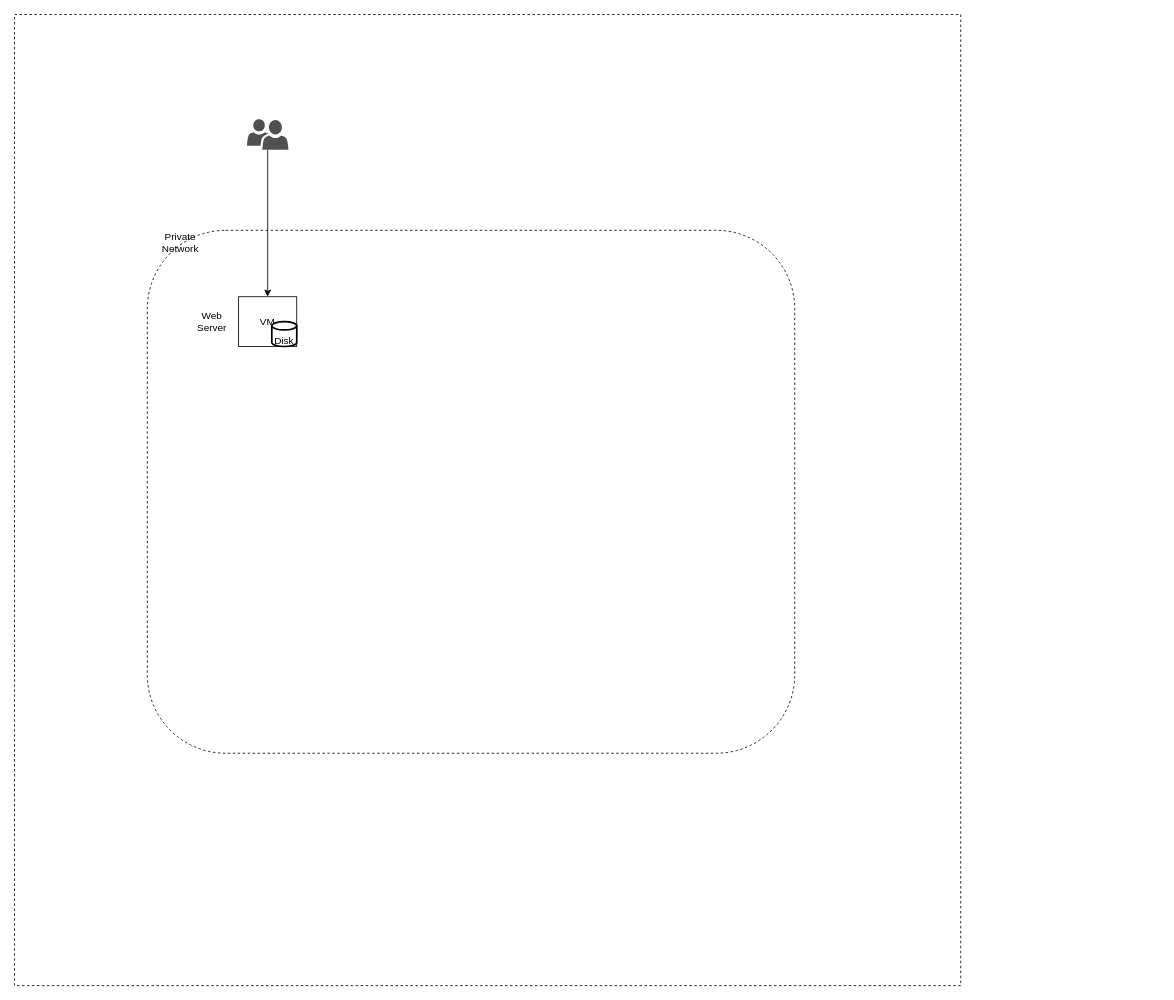
GuilinDev/Notes keeps this draw.io diagram as drawio/AWSIntro.drawio. Above is the earlier version. Source tidied: cells renumbered, new cells numbered last; positions are measured from the earlier drawing's top-left corner, leaving out a move shared by most shapes. Both pictures are drawn from the tidied source at 83%, with x=0, y=0 at pixel (14, 14).
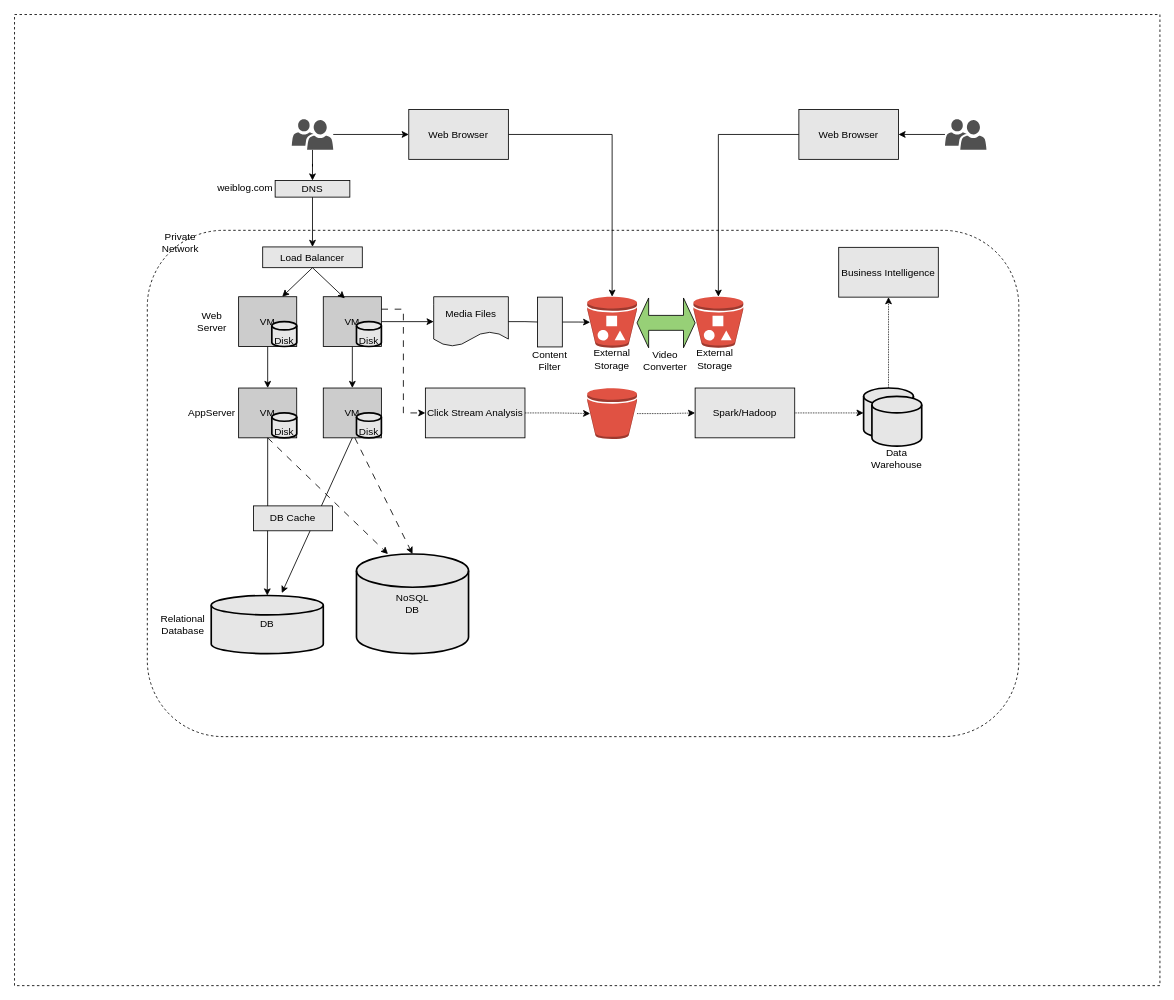
The same page after the edit.

Change to the diagram source:
```diff
@@
     <mxCell id="2" style="rounded=0;whiteSpace=wrap;html=1;dashed=1;" parent="1" vertex="1">
-      <mxGeometry width="1140" height="1170" as="geometry" />
+      <mxGeometry width="1380" height="1170" as="geometry" />
     </mxCell>
     <mxCell id="3" style="rounded=1;whiteSpace=wrap;html=1;dashed=1;" parent="1" vertex="1">
-      <mxGeometry x="160" y="260" width="780" height="630" as="geometry" />
+      <mxGeometry x="160" y="260" width="1050" height="610" as="geometry" />
     </mxCell>
@@
+    <mxCell id="10" style="edgeStyle=orthogonalEdgeStyle;rounded=0;jettySize=auto;html=1;entryX=0.5;entryY=0;entryDx=0;entryDy=0;" parent="1" edge="1" source="5" target="14">
+      <mxGeometry relative="1" as="geometry" />
+    </mxCell>
-    <mxCell id="5" value="VM" style="rounded=0;whiteSpace=wrap;html=1;" parent="1" vertex="1">
+    <mxCell id="5" value="VM" style="rounded=0;whiteSpace=wrap;html=1;fillColor=#CCCCCC;" parent="1" vertex="1">
       <mxGeometry x="270" y="340" width="70" height="60" as="geometry" />
     </mxCell>
@@
-    <mxCell id="7" value="&lt;br&gt;Disk" style="strokeWidth=2;html=1;shape=mxgraph.flowchart.database;whiteSpace=wrap;" parent="1" vertex="1">
+    <mxCell id="7" value="&lt;br&gt;Disk" style="strokeWidth=2;html=1;shape=mxgraph.flowchart.database;whiteSpace=wrap;fillColor=#E6E6E6;" parent="1" vertex="1">
       <mxGeometry x="310" y="370" width="30" height="30" as="geometry" />
     </mxCell>
-    <mxCell id="8" style="edgeStyle=orthogonalEdgeStyle;rounded=0;jettySize=auto;html=1;" parent="1" edge="1" source="9" target="5">
-      <mxGeometry relative="1" as="geometry" />
-    </mxCell>
+    <mxCell id="11" style="edgeStyle=orthogonalEdgeStyle;rounded=0;jettySize=auto;html=1;entryX=0.5;entryY=0;entryDx=0;entryDy=0;" parent="1" edge="1" source="9" target="31">
+      <mxGeometry relative="1" as="geometry" />
+    </mxCell>
+    <mxCell id="12" style="edgeStyle=orthogonalEdgeStyle;rounded=0;jettySize=auto;html=1;" parent="1" edge="1" source="9" target="56">
+      <mxGeometry relative="1" as="geometry" />
+    </mxCell>
     <mxCell id="9" style="sketch=0;shadow=0;dashed=0;html=1;strokeColor=none;labelPosition=center;verticalLabelPosition=bottom;verticalAlign=top;align=center;fillColor=#505050;shape=mxgraph.mscae.intune.user_group;" parent="1" vertex="1">
-      <mxGeometry x="280" y="126" width="50" height="37" as="geometry" />
+      <mxGeometry x="334" y="126" width="50" height="37" as="geometry" />
     </mxCell>
+    <mxCell id="13" style="edgeStyle=orthogonalEdgeStyle;rounded=0;jettySize=auto;html=1;" parent="1" edge="1" source="14" target="17">
+      <mxGeometry relative="1" as="geometry" />
+    </mxCell>
+    <mxCell id="14" value="VM" style="rounded=0;whiteSpace=wrap;html=1;fillColor=#CCCCCC;" parent="1" vertex="1">
+      <mxGeometry x="270" y="450" width="70" height="60" as="geometry" />
+    </mxCell>
+    <mxCell id="15" value="&lt;br&gt;Disk" style="strokeWidth=2;html=1;shape=mxgraph.flowchart.database;whiteSpace=wrap;fillColor=#E6E6E6;" parent="1" vertex="1">
+      <mxGeometry x="310" y="480" width="30" height="30" as="geometry" />
+    </mxCell>
+    <mxCell id="16" value="AppServer" style="text;html=1;strokeColor=none;fillColor=none;align=center;verticalAlign=middle;whiteSpace=wrap;rounded=0;dashed=1;" parent="1" vertex="1">
+      <mxGeometry x="208" y="465" width="60" height="30" as="geometry" />
+    </mxCell>
+    <mxCell id="17" value="DB" style="strokeWidth=2;html=1;shape=mxgraph.flowchart.database;whiteSpace=wrap;fillColor=#E6E6E6;" parent="1" vertex="1">
+      <mxGeometry x="237" y="700" width="135" height="70" as="geometry" />
+    </mxCell>
+    <mxCell id="18" value="Relational Database" style="text;html=1;strokeColor=none;fillColor=none;align=center;verticalAlign=middle;whiteSpace=wrap;rounded=0;dashed=1;" parent="1" vertex="1">
+      <mxGeometry x="173" y="720" width="60" height="30" as="geometry" />
+    </mxCell>
+    <mxCell id="19" value="VM" style="rounded=0;whiteSpace=wrap;html=1;fillColor=#CCCCCC;" parent="1" vertex="1">
+      <mxGeometry x="372" y="450" width="70" height="60" as="geometry" />
+    </mxCell>
+    <mxCell id="20" value="&lt;br&gt;Disk" style="strokeWidth=2;html=1;shape=mxgraph.flowchart.database;whiteSpace=wrap;fillColor=#E6E6E6;" parent="1" vertex="1">
+      <mxGeometry x="412" y="480" width="30" height="30" as="geometry" />
+    </mxCell>
+    <mxCell id="21" style="edgeStyle=orthogonalEdgeStyle;rounded=0;jettySize=auto;html=1;entryX=0.5;entryY=0;entryDx=0;entryDy=0;" parent="1" edge="1" source="24" target="19">
+      <mxGeometry relative="1" as="geometry" />
+    </mxCell>
+    <mxCell id="22" style="edgeStyle=orthogonalEdgeStyle;rounded=0;jettySize=auto;html=1;entryX=0;entryY=0.5;entryDx=0;entryDy=0;" parent="1" edge="1" source="24" target="38">
+      <mxGeometry relative="1" as="geometry" />
+    </mxCell>
+    <mxCell id="23" style="edgeStyle=orthogonalEdgeStyle;rounded=0;jettySize=auto;html=1;entryX=0;entryY=0.5;entryDx=0;entryDy=0;exitX=1;exitY=0.25;exitDx=0;exitDy=0;dashed=1;dashPattern=8 8;" parent="1" edge="1" source="24" target="45">
+      <mxGeometry relative="1" as="geometry" />
+    </mxCell>
+    <mxCell id="24" value="VM" style="rounded=0;whiteSpace=wrap;html=1;fillColor=#CCCCCC;" parent="1" vertex="1">
+      <mxGeometry x="372" y="340" width="70" height="60" as="geometry" />
+    </mxCell>
+    <mxCell id="25" value="&lt;br&gt;Disk" style="strokeWidth=2;html=1;shape=mxgraph.flowchart.database;whiteSpace=wrap;fillColor=#E6E6E6;" parent="1" vertex="1">
+      <mxGeometry x="412" y="370" width="30" height="30" as="geometry" />
+    </mxCell>
+    <mxCell id="26" value="Load Balancer" style="rounded=0;whiteSpace=wrap;html=1;fillColor=#E6E6E6;" parent="1" vertex="1">
+      <mxGeometry x="299" y="280" width="120" height="25" as="geometry" />
+    </mxCell>
+    <mxCell id="27" style="endArrow=classic;html=1;rounded=0;entryX=0.63;entryY=-0.043;entryDx=0;entryDy=0;entryPerimeter=0;exitX=0.5;exitY=1;exitDx=0;exitDy=0;" parent="1" edge="1" source="19" target="17">
+      <mxGeometry relative="1" as="geometry" />
+    </mxCell>
+    <mxCell id="28" style="endArrow=classic;html=1;rounded=0;exitX=0.5;exitY=1;exitDx=0;exitDy=0;entryX=0.75;entryY=0;entryDx=0;entryDy=0;" parent="1" edge="1" source="26" target="5">
+      <mxGeometry relative="1" as="geometry" />
+    </mxCell>
+    <mxCell id="29" style="endArrow=classic;html=1;rounded=0;exitX=0.5;exitY=1;exitDx=0;exitDy=0;entryX=0.371;entryY=0.033;entryDx=0;entryDy=0;entryPerimeter=0;" parent="1" edge="1" source="26" target="24">
+      <mxGeometry relative="1" as="geometry" />
+    </mxCell>
+    <mxCell id="30" style="edgeStyle=orthogonalEdgeStyle;rounded=0;jettySize=auto;html=1;entryX=0.5;entryY=0;entryDx=0;entryDy=0;" parent="1" edge="1" source="31" target="26">
+      <mxGeometry relative="1" as="geometry" />
+    </mxCell>
+    <mxCell id="31" value="DNS" style="rounded=0;whiteSpace=wrap;html=1;fillColor=#E6E6E6;" parent="1" vertex="1">
+      <mxGeometry x="314" y="200" width="90" height="20" as="geometry" />
+    </mxCell>
+    <mxCell id="32" value="weiblog.com" style="text;html=1;strokeColor=none;fillColor=none;align=center;verticalAlign=middle;whiteSpace=wrap;rounded=0;" parent="1" vertex="1">
+      <mxGeometry x="248" y="194" width="60" height="30" as="geometry" />
+    </mxCell>
+    <mxCell id="33" value="NoSQL&lt;br&gt;DB" style="strokeWidth=2;html=1;shape=mxgraph.flowchart.database;whiteSpace=wrap;fillColor=#E6E6E6;" parent="1" vertex="1">
+      <mxGeometry x="412" y="650" width="135" height="120" as="geometry" />
+    </mxCell>
+    <mxCell id="34" style="endArrow=classic;html=1;rounded=0;exitX=0.5;exitY=1;exitDx=0;exitDy=0;entryX=0.281;entryY=0;entryDx=0;entryDy=0;entryPerimeter=0;dashed=1;dashPattern=8 8;" parent="1" edge="1" source="14" target="33">
+      <mxGeometry relative="1" as="geometry" />
+    </mxCell>
+    <mxCell id="35" style="endArrow=classic;html=1;rounded=0;entryX=0.5;entryY=0;entryDx=0;entryDy=0;entryPerimeter=0;dashed=1;dashPattern=8 8;" parent="1" edge="1" target="33">
+      <mxGeometry relative="1" as="geometry">
+        <mxPoint x="410" y="510" as="sourcePoint" />
+      </mxGeometry>
+    </mxCell>
+    <mxCell id="36" value="DB Cache" style="rounded=0;whiteSpace=wrap;html=1;fillColor=#E6E6E6;" parent="1" vertex="1">
+      <mxGeometry x="288" y="592" width="95" height="30" as="geometry" />
+    </mxCell>
+    <mxCell id="37" style="edgeStyle=orthogonalEdgeStyle;rounded=0;jettySize=auto;html=1;entryX=0.06;entryY=0.5;entryDx=0;entryDy=0;entryPerimeter=0;startArrow=none;" parent="1" edge="1" source="42" target="39">
+      <mxGeometry relative="1" as="geometry" />
+    </mxCell>
+    <mxCell id="38" value="Media Files" style="shape=document;whiteSpace=wrap;html=1;boundedLbl=1;fillColor=#E6E6E6;" parent="1" vertex="1">
+      <mxGeometry x="505" y="340" width="90" height="60" as="geometry" />
+    </mxCell>
+    <mxCell id="39" style="outlineConnect=0;dashed=0;verticalLabelPosition=bottom;verticalAlign=top;align=center;html=1;shape=mxgraph.aws3.bucket_with_objects;fillColor=#E05243;gradientColor=none;" parent="1" vertex="1">
+      <mxGeometry x="690" y="340" width="60" height="61.5" as="geometry" />
+    </mxCell>
+    <mxCell id="40" value="External Storage" style="text;html=1;strokeColor=none;fillColor=none;align=center;verticalAlign=middle;whiteSpace=wrap;rounded=0;dashed=1;" parent="1" vertex="1">
+      <mxGeometry x="690" y="400" width="60" height="30" as="geometry" />
+    </mxCell>
+    <mxCell id="41" style="edgeStyle=orthogonalEdgeStyle;rounded=0;jettySize=auto;html=1;entryX=0.06;entryY=0.5;entryDx=0;entryDy=0;entryPerimeter=0;endArrow=none;" parent="1" edge="1" source="38" target="42">
+      <mxGeometry relative="1" as="geometry" />
+    </mxCell>
+    <mxCell id="42" style="rounded=0;whiteSpace=wrap;html=1;fillColor=#E6E6E6;" parent="1" vertex="1">
+      <mxGeometry x="630" y="340.5" width="30" height="60" as="geometry" />
+    </mxCell>
+    <mxCell id="43" value="Content Filter" style="text;html=1;strokeColor=none;fillColor=none;align=center;verticalAlign=middle;whiteSpace=wrap;rounded=0;dashed=1;" parent="1" vertex="1">
+      <mxGeometry x="615" y="401.5" width="60" height="30" as="geometry" />
+    </mxCell>
+    <mxCell id="44" style="edgeStyle=orthogonalEdgeStyle;rounded=0;jettySize=auto;html=1;entryX=0.06;entryY=0.5;entryDx=0;entryDy=0;entryPerimeter=0;dashed=1;dashPattern=1 1;" parent="1" edge="1" source="45" target="47">
+      <mxGeometry relative="1" as="geometry" />
+    </mxCell>
+    <mxCell id="45" value="Click Stream Analysis" style="rounded=0;whiteSpace=wrap;html=1;fillColor=#E6E6E6;" parent="1" vertex="1">
+      <mxGeometry x="495" y="450" width="120" height="60" as="geometry" />
+    </mxCell>
+    <mxCell id="46" style="edgeStyle=orthogonalEdgeStyle;rounded=0;jettySize=auto;html=1;entryX=0;entryY=0.5;entryDx=0;entryDy=0;dashed=1;dashPattern=1 1;" parent="1" edge="1" source="47" target="49">
+      <mxGeometry relative="1" as="geometry" />
+    </mxCell>
+    <mxCell id="47" style="outlineConnect=0;dashed=0;verticalLabelPosition=bottom;verticalAlign=top;align=center;html=1;shape=mxgraph.aws3.bucket;fillColor=#E05243;gradientColor=none;" parent="1" vertex="1">
+      <mxGeometry x="690" y="450" width="60" height="61.5" as="geometry" />
+    </mxCell>
+    <mxCell id="48" style="edgeStyle=orthogonalEdgeStyle;rounded=0;jettySize=auto;html=1;entryX=0;entryY=0.5;entryDx=0;entryDy=0;entryPerimeter=0;dashed=1;dashPattern=1 1;" parent="1" edge="1" source="49" target="51">
+      <mxGeometry relative="1" as="geometry" />
+    </mxCell>
+    <mxCell id="49" value="Spark/Hadoop" style="rounded=0;whiteSpace=wrap;html=1;fillColor=#E6E6E6;" parent="1" vertex="1">
+      <mxGeometry x="820" y="450" width="120" height="60" as="geometry" />
+    </mxCell>
+    <mxCell id="50" style="edgeStyle=orthogonalEdgeStyle;rounded=0;jettySize=auto;html=1;entryX=0.5;entryY=1;entryDx=0;entryDy=0;dashed=1;dashPattern=1 1;" parent="1" edge="1" source="51" target="54">
+      <mxGeometry relative="1" as="geometry" />
+    </mxCell>
+    <mxCell id="51" style="strokeWidth=2;html=1;shape=mxgraph.flowchart.database;whiteSpace=wrap;fillColor=#E6E6E6;" parent="1" vertex="1">
+      <mxGeometry x="1023" y="450" width="60" height="60" as="geometry" />
+    </mxCell>
+    <mxCell id="52" style="strokeWidth=2;html=1;shape=mxgraph.flowchart.database;whiteSpace=wrap;fillColor=#E6E6E6;" parent="1" vertex="1">
+      <mxGeometry x="1033" y="460" width="60" height="60" as="geometry" />
+    </mxCell>
+    <mxCell id="53" value="Data Warehouse" style="text;html=1;strokeColor=none;fillColor=none;align=center;verticalAlign=middle;whiteSpace=wrap;rounded=0;dashed=1;" parent="1" vertex="1">
+      <mxGeometry x="1033" y="520" width="60" height="30" as="geometry" />
+    </mxCell>
+    <mxCell id="54" value="Business Intelligence" style="rounded=0;whiteSpace=wrap;html=1;fillColor=#E6E6E6;" parent="1" vertex="1">
+      <mxGeometry x="993" y="280.5" width="120" height="60" as="geometry" />
+    </mxCell>
+    <mxCell id="55" style="edgeStyle=orthogonalEdgeStyle;rounded=0;jettySize=auto;html=1;entryX=0.5;entryY=0;entryDx=0;entryDy=0;entryPerimeter=0;" parent="1" edge="1" source="56" target="39">
+      <mxGeometry relative="1" as="geometry" />
+    </mxCell>
+    <mxCell id="56" value="Web Browser" style="rounded=0;whiteSpace=wrap;html=1;fillColor=#E6E6E6;" parent="1" vertex="1">
+      <mxGeometry x="475" y="114.5" width="120" height="60" as="geometry" />
+    </mxCell>
+    <mxCell id="57" style="outlineConnect=0;dashed=0;verticalLabelPosition=bottom;verticalAlign=top;align=center;html=1;shape=mxgraph.aws3.bucket_with_objects;fillColor=#E05243;gradientColor=none;" parent="1" vertex="1">
+      <mxGeometry x="818" y="340" width="60" height="61.5" as="geometry" />
+    </mxCell>
+    <mxCell id="58" value="External Storage" style="text;html=1;strokeColor=none;fillColor=none;align=center;verticalAlign=middle;whiteSpace=wrap;rounded=0;dashed=1;" parent="1" vertex="1">
+      <mxGeometry x="814" y="400" width="60" height="30" as="geometry" />
+    </mxCell>
+    <mxCell id="59" style="edgeStyle=orthogonalEdgeStyle;rounded=0;jettySize=auto;html=1;entryX=1;entryY=0.5;entryDx=0;entryDy=0;" parent="1" edge="1" source="60" target="62">
+      <mxGeometry relative="1" as="geometry" />
+    </mxCell>
+    <mxCell id="60" style="sketch=0;shadow=0;dashed=0;html=1;strokeColor=none;labelPosition=center;verticalLabelPosition=bottom;verticalAlign=top;align=center;fillColor=#505050;shape=mxgraph.mscae.intune.user_group;" parent="1" vertex="1">
+      <mxGeometry x="1121" y="126" width="50" height="37" as="geometry" />
+    </mxCell>
+    <mxCell id="61" style="edgeStyle=orthogonalEdgeStyle;rounded=0;jettySize=auto;html=1;" parent="1" edge="1" source="62" target="57">
+      <mxGeometry relative="1" as="geometry" />
+    </mxCell>
+    <mxCell id="62" value="Web Browser" style="rounded=0;whiteSpace=wrap;html=1;fillColor=#E6E6E6;" parent="1" vertex="1">
+      <mxGeometry x="945" y="114.5" width="120" height="60" as="geometry" />
+    </mxCell>
+    <mxCell id="63" style="shape=doubleArrow;whiteSpace=wrap;html=1;fillColor=#97D077;" parent="1" vertex="1">
+      <mxGeometry x="750" y="341.5" width="70" height="60" as="geometry" />
+    </mxCell>
+    <mxCell id="64" value="Video Converter" style="text;html=1;strokeColor=none;fillColor=none;align=center;verticalAlign=middle;whiteSpace=wrap;rounded=0;dashed=1;" parent="1" vertex="1">
+      <mxGeometry x="754" y="401.5" width="60" height="30" as="geometry" />
+    </mxCell>
```
